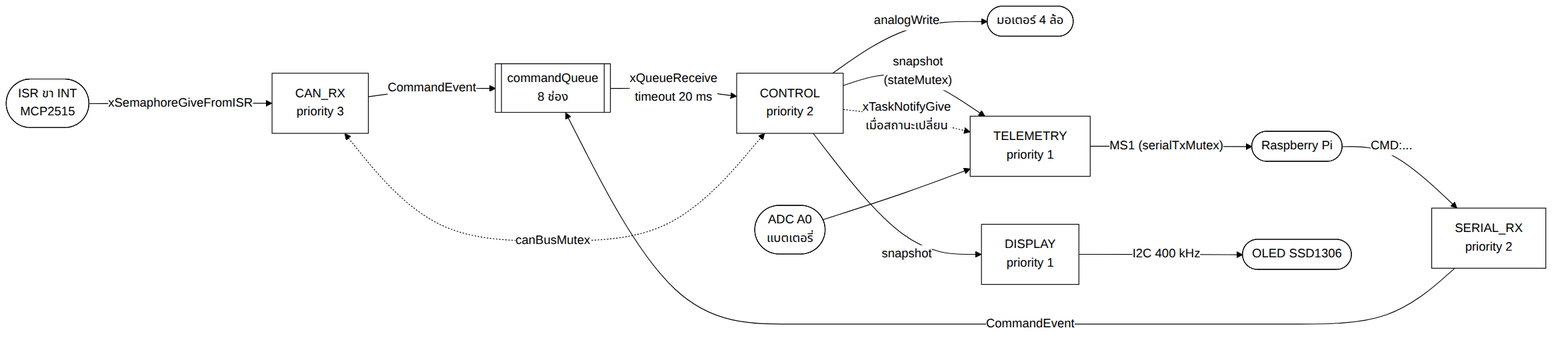
SaktanuthPeak/durian-bot keeps this Mermaid diagram as docs/images/2-3-2-mega-rtos-tasks.png. Above is the earlier version. Its source is kept beside it as docs/diagrams/2-3-2-mega-rtos-tasks.mmd. The source it was exported from:
```mermaid
%%{init: {'theme': 'base', 'themeVariables': {'background': '#ffffff', 'mainBkg': '#ffffff', 'primaryColor': '#ffffff', 'secondaryColor': '#ffffff', 'tertiaryColor': '#ffffff', 'primaryTextColor': '#000000', 'secondaryTextColor': '#000000', 'tertiaryTextColor': '#000000', 'textColor': '#000000', 'primaryBorderColor': '#000000', 'secondaryBorderColor': '#000000', 'tertiaryBorderColor': '#000000', 'nodeBorder': '#000000', 'lineColor': '#000000', 'clusterBkg': '#ffffff', 'clusterBorder': '#000000', 'edgeLabelBackground': '#ffffff', 'titleColor': '#000000', 'actorBkg': '#ffffff', 'actorBorder': '#000000', 'actorTextColor': '#000000', 'actorLineColor': '#000000', 'signalColor': '#000000', 'signalTextColor': '#000000', 'labelBoxBkgColor': '#ffffff', 'labelBoxBorderColor': '#000000', 'labelTextColor': '#000000', 'loopTextColor': '#000000', 'noteBkgColor': '#ffffff', 'noteBorderColor': '#000000', 'noteTextColor': '#000000', 'activationBkgColor': '#ffffff', 'activationBorderColor': '#000000'}}}%%
flowchart LR
    INT(["ISR ขา INT<br/>MCP2515"]) -- "xSemaphoreGiveFromISR" --> CANRX
    CANRX["CAN_RX<br/>priority 3"] -- "CommandEvent" --> Q[["commandQueue<br/>8 ช่อง"]]
    SERRX["SERIAL_RX<br/>priority 2"] -- "CommandEvent" --> Q
    Q -- "xQueueReceive<br/>timeout 20 ms" --> CTRL["CONTROL<br/>priority 2"]
    CTRL -- "analogWrite" --> MOT(["มอเตอร์ 4 ล้อ"])
    CTRL -- "snapshot<br/>(stateMutex)" --> TEL["TELEMETRY<br/>priority 1"]
    CTRL -. "xTaskNotifyGive<br/>เมื่อสถานะเปลี่ยน" .-> TEL
    ADC(["ADC A0<br/>แบตเตอรี่"]) --> TEL
    TEL -- "MS1 (serialTxMutex)" --> PI(["Raspberry Pi"])
    PI -- "CMD:..." --> SERRX
    CANRX <-. "canBusMutex" .-> CTRL
    CTRL -- "snapshot" --> DISP["DISPLAY<br/>priority 1"]
    DISP -- "I2C 400 kHz" --> OLED(["OLED SSD1306"])
    classDef default fill:#ffffff,stroke:#000000,color:#000000;
    linkStyle default stroke:#000000,color:#000000
```
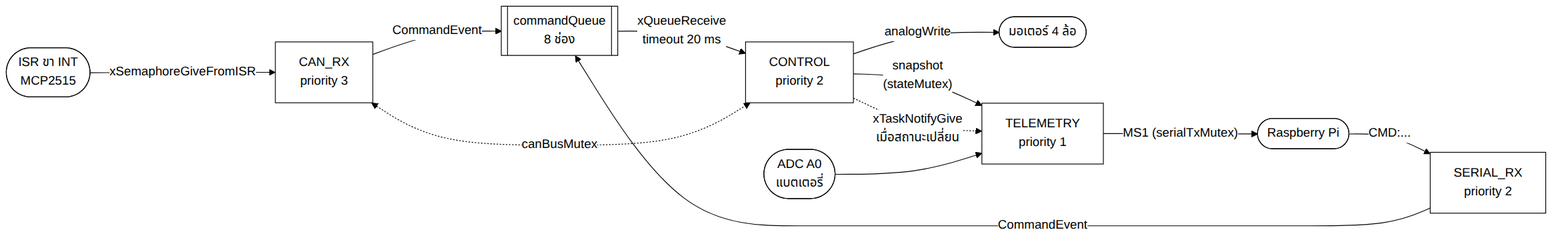
Above is the later version.

The edit, as a diff of the source:
```diff
@@ -11,7 +11,5 @@
     TEL -- "MS1 (serialTxMutex)" --> PI(["Raspberry Pi"])
     PI -- "CMD:..." --> SERRX
     CANRX <-. "canBusMutex" .-> CTRL
-    CTRL -- "snapshot" --> DISP["DISPLAY<br/>priority 1"]
-    DISP -- "I2C 400 kHz" --> OLED(["OLED SSD1306"])
     classDef default fill:#ffffff,stroke:#000000,color:#000000;
     linkStyle default stroke:#000000,color:#000000
```
